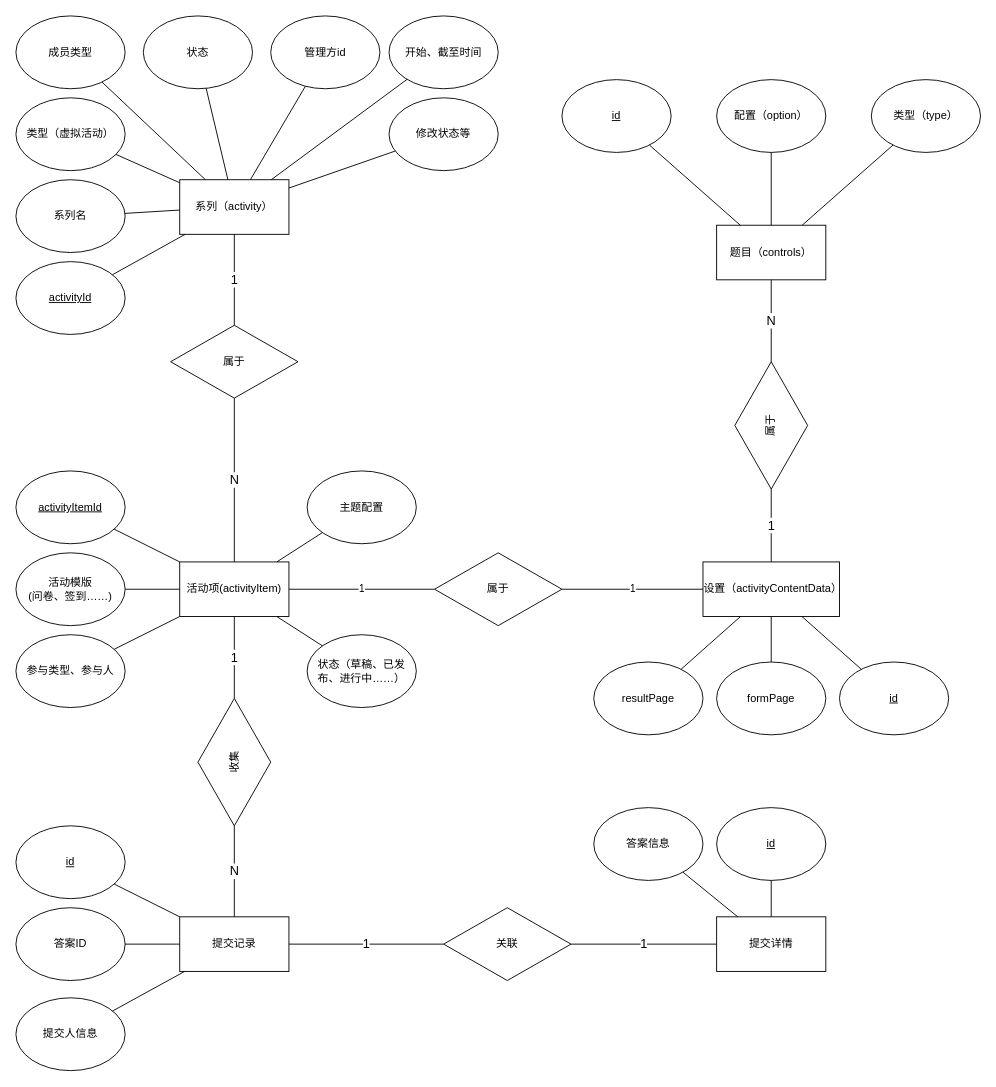
This is page "ER图" (2 of 4) of 场景图.drawio from zhaodada23/imge, a draw.io file, before an edit. Source tidied: cells renumbered, new cells numbered last; positions are measured from the earlier drawing's top-left corner, leaving out a move shared by most shapes. Both pictures are drawn from the tidied source at 91%, with x=0, y=0 at pixel (15, 15).
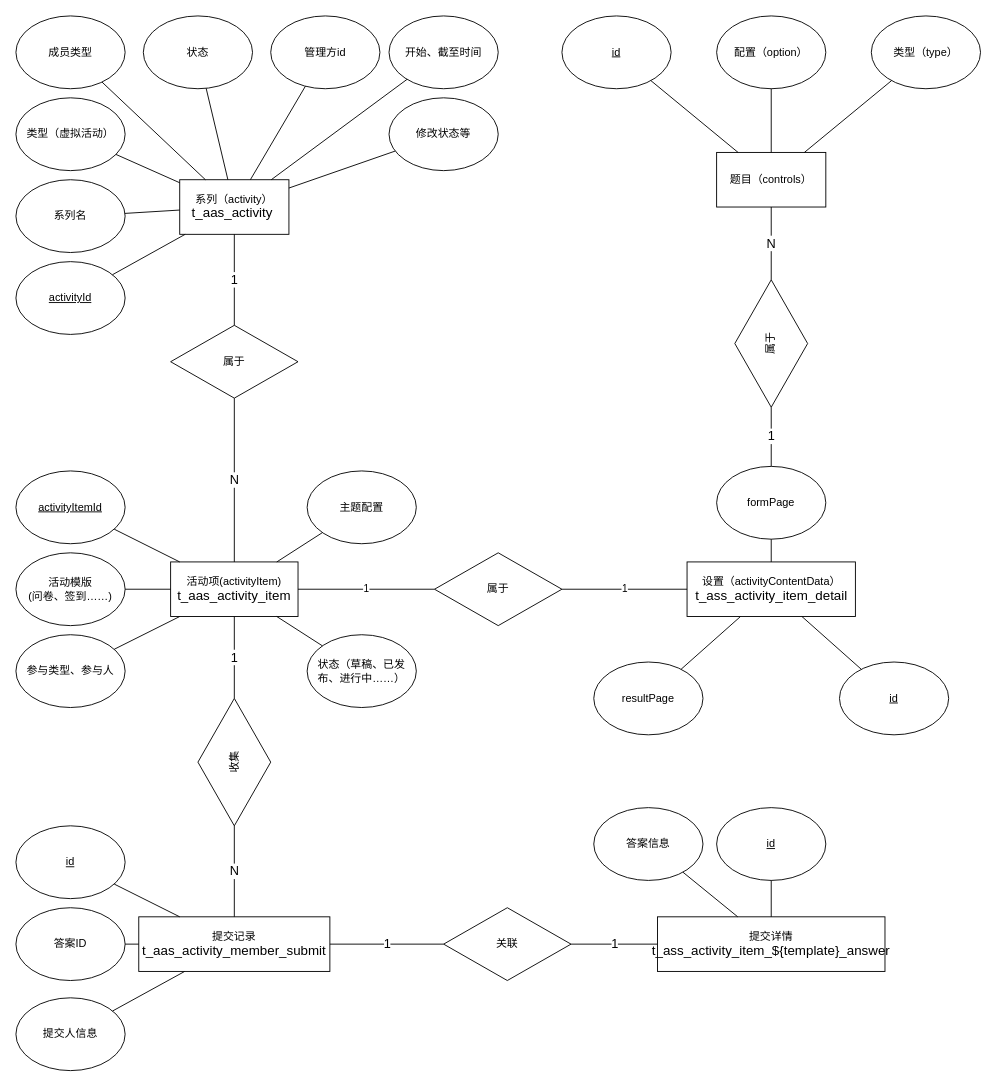
After the change.

Diff of the diagram source:
```diff
@@
-    <mxCell id="2" value="系列（activity）" style="rounded=0;whiteSpace=wrap;html=1;" parent="1" vertex="1">
+    <mxCell id="2" value="系列（activity）&lt;div&gt;&lt;span style=&quot;font-size: 11pt; font-family: Calibri, sans-serif;&quot; lang=&quot;EN-US&quot;&gt;t_aas_activity&amp;nbsp;&lt;/span&gt;&lt;br&gt;&lt;/div&gt;" style="rounded=0;whiteSpace=wrap;html=1;" parent="1" vertex="1">
       <mxGeometry x="180" y="180" width="120" height="60" as="geometry" />
     </mxCell>
@@
-    <mxCell id="19" value="活动项(activityItem)" style="rounded=0;whiteSpace=wrap;html=1;" parent="1" vertex="1">
-      <mxGeometry x="180" y="600" width="120" height="60" as="geometry" />
+    <mxCell id="19" value="活动项(activityItem)&lt;div&gt;&lt;span style=&quot;font-size: 11pt; font-family: Calibri, sans-serif;&quot; lang=&quot;EN-US&quot;&gt;t_aas_activity_item&lt;/span&gt;&lt;br&gt;&lt;/div&gt;" style="rounded=0;whiteSpace=wrap;html=1;" parent="1" vertex="1">
+      <mxGeometry x="170" y="600" width="140" height="60" as="geometry" />
     </mxCell>
@@
     <mxCell id="33" value="属于" style="rhombus;whiteSpace=wrap;html=1;rotation=-90;" parent="1" vertex="1">
-      <mxGeometry x="760" y="410" width="140" height="80" as="geometry" />
+      <mxGeometry x="760" y="320" width="140" height="80" as="geometry" />
     </mxCell>
-    <mxCell id="34" value="&lt;font style=&quot;font-size: 14px;&quot;&gt;1&lt;/font&gt;" style="endArrow=none;html=1;rounded=0;entryX=0;entryY=0.5;entryDx=0;entryDy=0;" parent="1" edge="1" source="45" target="33">
+    <mxCell id="34" value="&lt;font style=&quot;font-size: 14px;&quot;&gt;1&lt;/font&gt;" style="endArrow=none;html=1;rounded=0;entryX=0;entryY=0.5;entryDx=0;entryDy=0;exitX=0.5;exitY=0;exitDx=0;exitDy=0;" parent="1" edge="1" source="49" target="33">
       <mxGeometry relative="1" as="geometry" />
     </mxCell>
     <mxCell id="35" value="题目（controls）" style="rounded=0;whiteSpace=wrap;html=1;" parent="1" vertex="1">
-      <mxGeometry x="770" y="230" width="120" height="60" as="geometry" />
+      <mxGeometry x="770" y="150" width="120" height="60" as="geometry" />
     </mxCell>
@@
     <mxCell id="37" value="&lt;u&gt;id&lt;/u&gt;" style="ellipse;whiteSpace=wrap;html=1;" parent="1" vertex="1">
-      <mxGeometry x="600" y="70" width="120" height="80" as="geometry" />
+      <mxGeometry x="600" width="120" height="80" as="geometry" />
     </mxCell>
@@
     <mxCell id="39" value="配置（option）" style="ellipse;whiteSpace=wrap;html=1;" parent="1" vertex="1">
-      <mxGeometry x="770" y="70" width="120" height="80" as="geometry" />
+      <mxGeometry x="770" width="120" height="80" as="geometry" />
     </mxCell>
     <mxCell id="40" value="类型（type）" style="ellipse;whiteSpace=wrap;html=1;" parent="1" vertex="1">
-      <mxGeometry x="940" y="70" width="120" height="80" as="geometry" />
+      <mxGeometry x="940" width="120" height="80" as="geometry" />
     </mxCell>
@@
-    <mxCell id="45" value="设置（activityContentData）" style="rounded=0;whiteSpace=wrap;html=1;" parent="1" vertex="1">
-      <mxGeometry x="755" y="600" width="150" height="60" as="geometry" />
+    <mxCell id="45" value="设置（activityContentData）&lt;div&gt;&lt;span style=&quot;font-size: 11pt; font-family: Calibri, sans-serif;&quot; lang=&quot;EN-US&quot;&gt;t_ass_activity_item_detail&lt;/span&gt;&lt;br&gt;&lt;/div&gt;" style="rounded=0;whiteSpace=wrap;html=1;" parent="1" vertex="1">
+      <mxGeometry x="737.5" y="600" width="185" height="60" as="geometry" />
     </mxCell>
@@
     <mxCell id="49" value="formPage" style="ellipse;whiteSpace=wrap;html=1;" parent="1" vertex="1">
-      <mxGeometry x="770" y="710" width="120" height="80" as="geometry" />
+      <mxGeometry x="770" y="495" width="120" height="80" as="geometry" />
     </mxCell>
@@
-    <mxCell id="53" value="提交记录" style="rounded=0;whiteSpace=wrap;html=1;" parent="1" vertex="1">
-      <mxGeometry x="180" y="990" width="120" height="60" as="geometry" />
+    <mxCell id="53" value="提交记录&lt;div&gt;&lt;span style=&quot;font-size: 11pt; font-family: Calibri, sans-serif;&quot; lang=&quot;EN-US&quot;&gt;t_aas_activity_member_submit&lt;/span&gt;&lt;br&gt;&lt;/div&gt;" style="rounded=0;whiteSpace=wrap;html=1;" parent="1" vertex="1">
+      <mxGeometry x="135" y="990" width="210" height="60" as="geometry" />
     </mxCell>
@@
-    <mxCell id="66" value="提交详情" style="rounded=0;whiteSpace=wrap;html=1;" parent="1" vertex="1">
-      <mxGeometry x="770" y="990" width="120" height="60" as="geometry" />
+    <mxCell id="66" value="提交详情&lt;div&gt;&lt;span style=&quot;font-size: 11pt; font-family: Calibri, sans-serif;&quot; lang=&quot;EN-US&quot;&gt;t_ass_activity_item_${template}_answer&lt;/span&gt;&lt;br&gt;&lt;/div&gt;" style="rounded=0;whiteSpace=wrap;html=1;" parent="1" vertex="1">
+      <mxGeometry x="705" y="990" width="250" height="60" as="geometry" />
     </mxCell>
```
